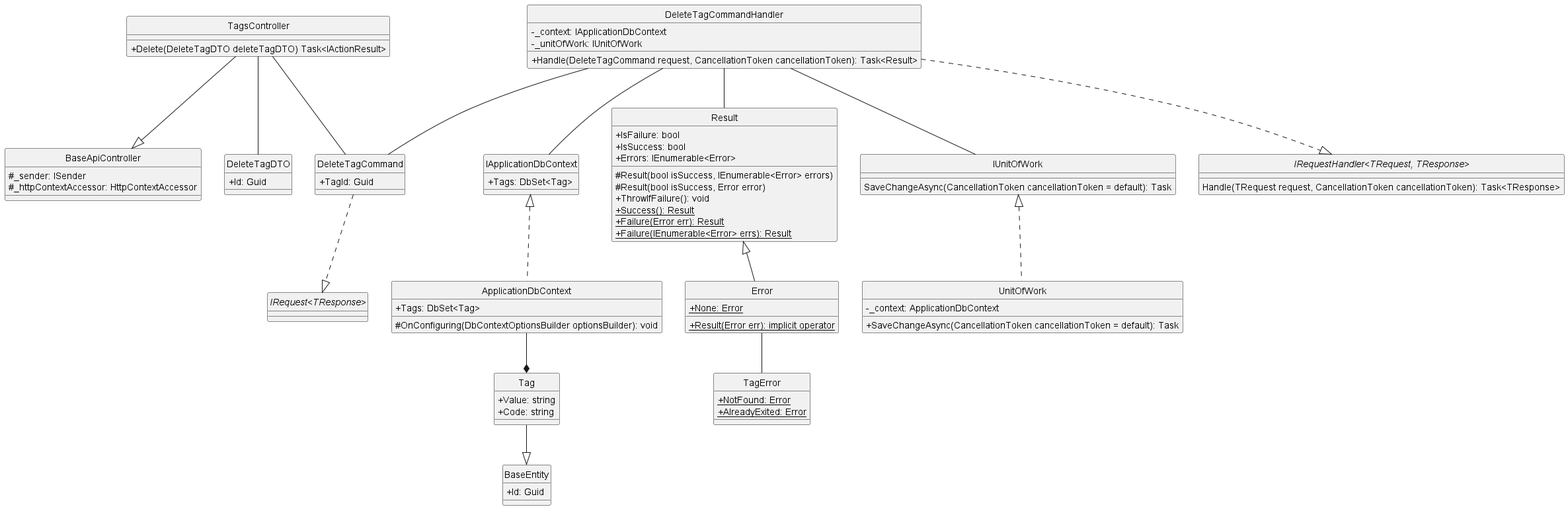
The PlantUML diagram docs/Class Diagram/Post/Tags/DeleteTag/ClassDiagram/deleteTag.png in Carl-Johnsons/Chat-Application, before a commit.
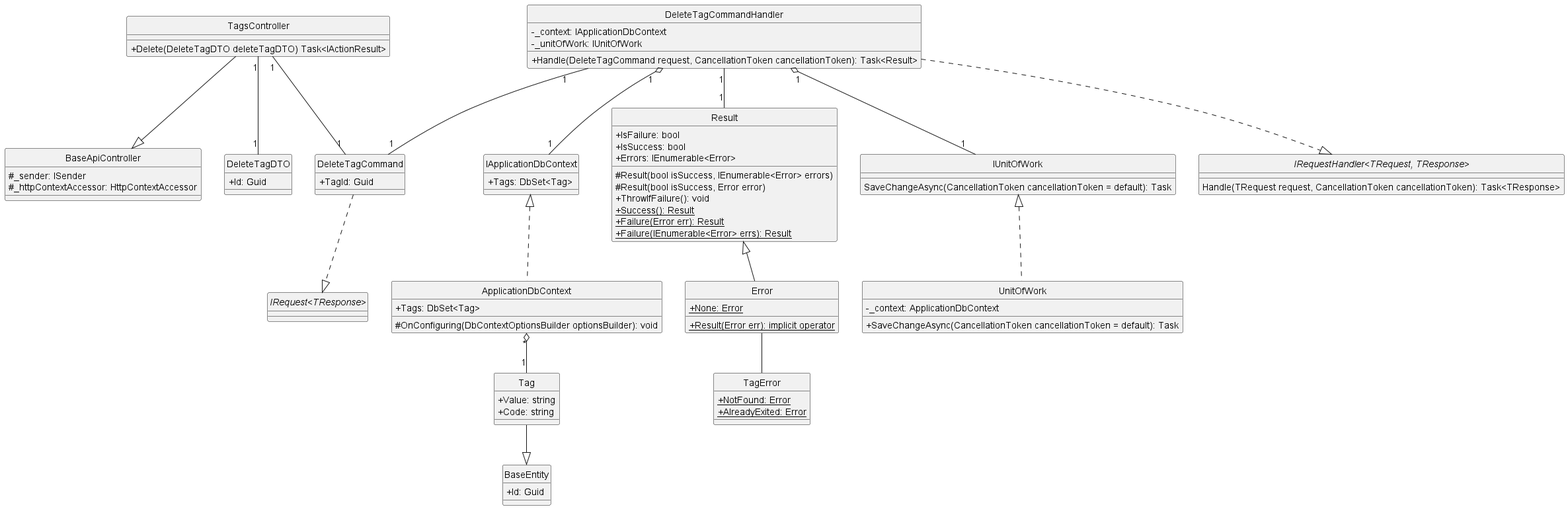
The same diagram one commit later.

What changed in the source:
```diff
@@ -80,18 +80,18 @@
 }
 
 TagsController --|> BaseApiController
-TagsController -- DeleteTagCommand
-TagsController -- DeleteTagDTO
+TagsController "1"--"1" DeleteTagCommand
+TagsController "1"--"1" DeleteTagDTO
 DeleteTagCommand ..|> "IRequest<TResponse>"
 DeleteTagCommandHandler ..|> "IRequestHandler<TRequest, TResponse>"
-DeleteTagCommandHandler -- DeleteTagCommand
-DeleteTagCommandHandler -- Result
-DeleteTagCommandHandler -- IUnitOfWork
-DeleteTagCommandHandler -- IApplicationDbContext
+DeleteTagCommandHandler "1"--"1" DeleteTagCommand
+DeleteTagCommandHandler "1"--"1" Result
+DeleteTagCommandHandler "1" o--"1" IUnitOfWork
+DeleteTagCommandHandler "1" o--"1" IApplicationDbContext
 Result <|-- Error
 Error -- TagError
 Tag --|> BaseEntity
 IUnitOfWork <|.. UnitOfWork
 IApplicationDbContext <|.. ApplicationDbContext
-ApplicationDbContext --* Tag
+ApplicationDbContext "*" o--"1" Tag
 @enduml
```
